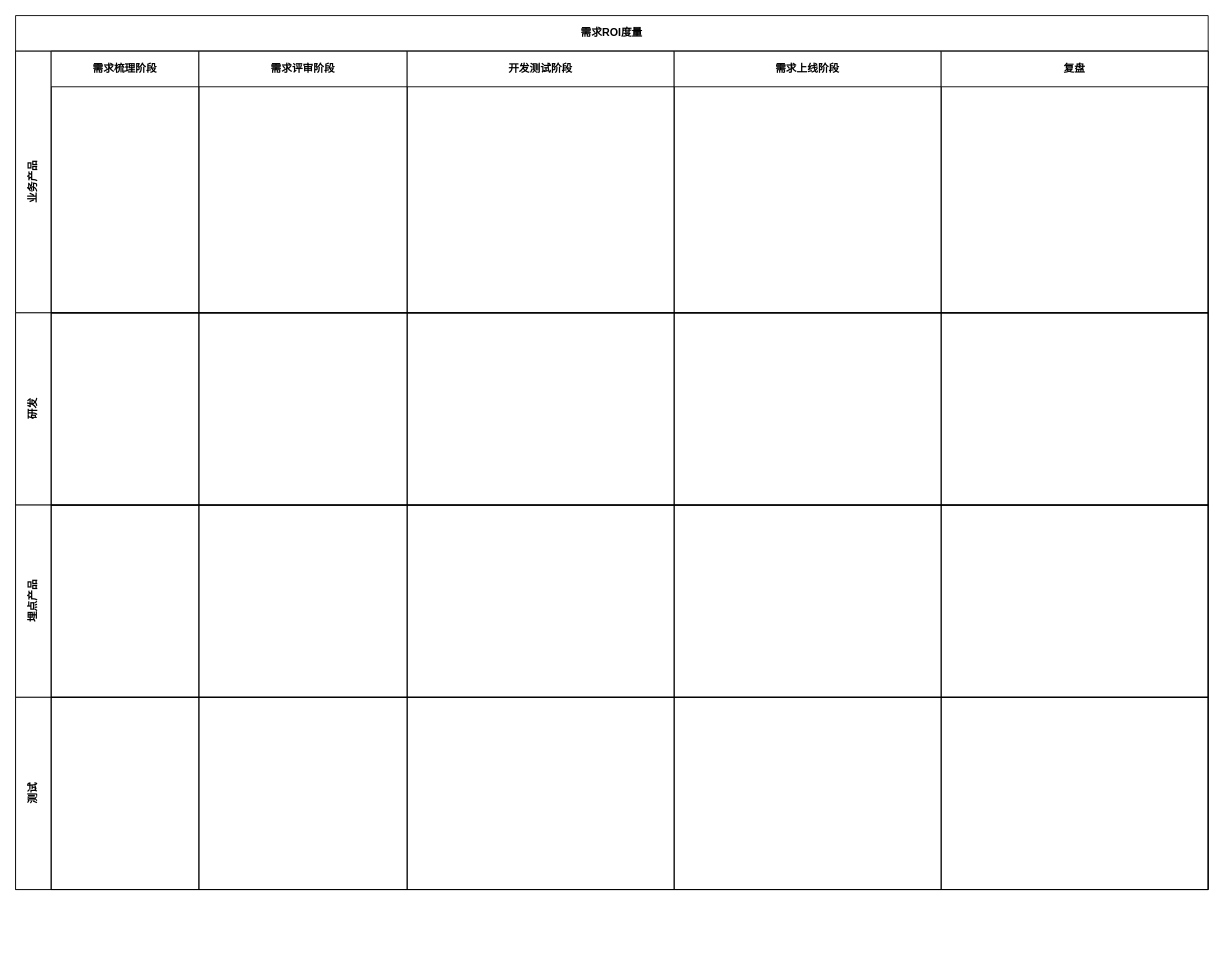
Earlier version of the draw.io diagram page "职能流程图" (2 of 3) of 需求ROI评估.drawio (lihongliang1989/diagram). Source tidied: cells renumbered, new cells numbered last; positions are measured from the earlier drawing's top-left corner, leaving out a move shared by most shapes. Both pictures are drawn from the tidied source at 89%, with x=0, y=0 at pixel (15, 15).
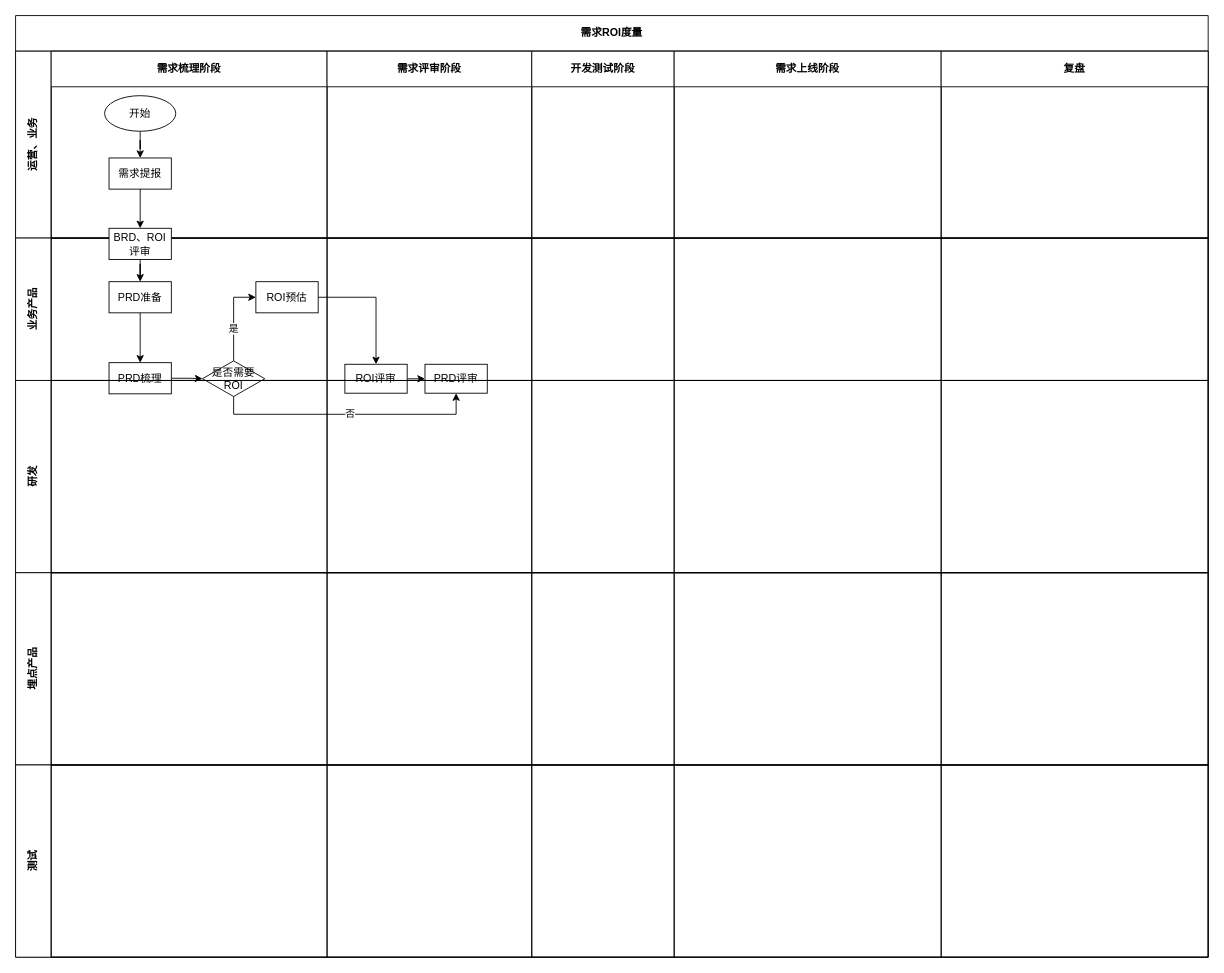
After the change.

Diff of the diagram source:
```diff
@@
     <mxCell id="2" value="需求ROI度量" style="shape=table;childLayout=tableLayout;rowLines=0;columnLines=0;startSize=40;html=1;whiteSpace=wrap;fontStyle=1;" parent="1" vertex="1">
-      <mxGeometry width="1340" height="982" as="geometry" />
+      <mxGeometry width="1340" height="1058" as="geometry" />
     </mxCell>
-    <mxCell id="3" value="业务产品" style="swimlane;horizontal=0;startSize=40;html=1;whiteSpace=wrap;" parent="2" vertex="1">
-      <mxGeometry y="40" width="1340" height="294" as="geometry" />
+    <mxCell id="3" value="运营、业务" style="swimlane;horizontal=0;startSize=40;html=1;whiteSpace=wrap;" parent="2" vertex="1">
+      <mxGeometry y="40" width="1340" height="210" as="geometry" />
     </mxCell>
     <mxCell id="4" value="需求梳理阶段" style="swimlane;startSize=40;html=1;whiteSpace=wrap;" parent="3" vertex="1">
-      <mxGeometry x="40" width="166" height="294" as="geometry" />
+      <mxGeometry x="40" width="310" height="210" as="geometry" />
     </mxCell>
+    <mxCell id="27" style="edgeStyle=orthogonalEdgeStyle;rounded=0;jettySize=auto;html=1;fontColor=#000000;" parent="4" edge="1" source="28" target="29">
+      <mxGeometry relative="1" as="geometry" />
+    </mxCell>
+    <mxCell id="28" value="开始" style="ellipse;whiteSpace=wrap;html=1;fontColor=#000000;strokeColor=#000000;gradientColor=none;" parent="4" vertex="1">
+      <mxGeometry x="60" y="50" width="80" height="40" as="geometry" />
+    </mxCell>
+    <mxCell id="29" value="需求提报" style="rounded=0;whiteSpace=wrap;html=1;fontColor=#000000;strokeColor=#000000;gradientColor=none;" parent="4" vertex="1">
+      <mxGeometry x="65" y="120" width="70" height="35" as="geometry" />
+    </mxCell>
     <mxCell id="5" value="需求评审阶段" style="swimlane;startSize=40;html=1;whiteSpace=wrap;" parent="3" vertex="1">
-      <mxGeometry x="206" width="234" height="294" as="geometry" />
+      <mxGeometry x="350" width="230" height="210" as="geometry" />
     </mxCell>
     <mxCell id="6" value="开发测试阶段" style="swimlane;startSize=40;html=1;whiteSpace=wrap;" parent="3" vertex="1">
-      <mxGeometry x="440" width="300" height="294" as="geometry" />
+      <mxGeometry x="580" width="160" height="210" as="geometry" />
     </mxCell>
     <mxCell id="7" value="需求上线阶段" style="swimlane;startSize=40;html=1;whiteSpace=wrap;" parent="3" vertex="1">
-      <mxGeometry x="740" width="300" height="294" as="geometry" />
+      <mxGeometry x="740" width="300" height="210" as="geometry" />
     </mxCell>
     <mxCell id="8" value="复盘" style="swimlane;startSize=40;html=1;whiteSpace=wrap;" parent="3" vertex="1">
-      <mxGeometry x="1040" width="300" height="294" as="geometry" />
+      <mxGeometry x="1040" width="300" height="210" as="geometry" />
     </mxCell>
+    <mxCell id="30" value="&lt;span&gt;业务产品&lt;/span&gt;" style="swimlane;horizontal=0;startSize=40;html=1;whiteSpace=wrap;" parent="2" vertex="1">
+      <mxGeometry y="250" width="1340" height="160" as="geometry" />
+    </mxCell>
+    <mxCell id="31" style="swimlane;startSize=0;html=1;whiteSpace=wrap;" parent="30" vertex="1">
+      <mxGeometry x="40" width="310" height="160" as="geometry" />
+    </mxCell>
+    <mxCell id="32" style="edgeStyle=orthogonalEdgeStyle;rounded=0;jettySize=auto;html=1;entryX=0.5;entryY=0;entryDx=0;entryDy=0;fontColor=#000000;" parent="31" edge="1" source="33" target="38">
+      <mxGeometry relative="1" as="geometry" />
+    </mxCell>
+    <mxCell id="33" value="PRD准备" style="rounded=0;whiteSpace=wrap;html=1;fontColor=#000000;strokeColor=#000000;gradientColor=none;" parent="31" vertex="1">
+      <mxGeometry x="65" y="49" width="70" height="35" as="geometry" />
+    </mxCell>
+    <mxCell id="34" style="edgeStyle=orthogonalEdgeStyle;rounded=0;jettySize=auto;html=1;entryX=0;entryY=0.5;entryDx=0;entryDy=0;fontColor=#000000;" parent="31" edge="1" source="36" target="39">
+      <mxGeometry relative="1" as="geometry" />
+    </mxCell>
+    <mxCell id="35" value="是" style="edgeLabel;html=1;align=center;verticalAlign=middle;fontColor=#000000;" parent="34" vertex="1">
+      <mxGeometry x="-0.23" y="1" relative="1" as="geometry" />
+    </mxCell>
+    <mxCell id="36" value="是否需要ROI" style="rhombus;whiteSpace=wrap;html=1;fontColor=#000000;strokeColor=#000000;gradientColor=none;" parent="31" vertex="1">
+      <mxGeometry x="170" y="138" width="70" height="40" as="geometry" />
+    </mxCell>
+    <mxCell id="37" style="edgeStyle=orthogonalEdgeStyle;rounded=0;jettySize=auto;html=1;entryX=0;entryY=0.5;entryDx=0;entryDy=0;fontColor=#000000;" parent="31" edge="1" source="38" target="36">
+      <mxGeometry relative="1" as="geometry" />
+    </mxCell>
+    <mxCell id="38" value="PRD梳理" style="rounded=0;whiteSpace=wrap;html=1;fontColor=#000000;strokeColor=#000000;gradientColor=none;" parent="31" vertex="1">
+      <mxGeometry x="65" y="140" width="70" height="35" as="geometry" />
+    </mxCell>
+    <mxCell id="39" value="ROI预估" style="rounded=0;whiteSpace=wrap;html=1;fontColor=#000000;strokeColor=#000000;gradientColor=none;" parent="31" vertex="1">
+      <mxGeometry x="230" y="49" width="70" height="35" as="geometry" />
+    </mxCell>
+    <mxCell id="40" value="BRD、ROI评审" style="rounded=0;whiteSpace=wrap;html=1;fontColor=#000000;strokeColor=#000000;gradientColor=none;" parent="31" vertex="1">
+      <mxGeometry x="65" y="-11" width="70" height="35" as="geometry" />
+    </mxCell>
+    <mxCell id="41" style="edgeStyle=orthogonalEdgeStyle;rounded=0;jettySize=auto;html=1;entryX=0.5;entryY=0;entryDx=0;entryDy=0;fontColor=#000000;" parent="31" edge="1" source="40" target="33">
+      <mxGeometry relative="1" as="geometry" />
+    </mxCell>
+    <mxCell id="42" style="swimlane;startSize=0;html=1;whiteSpace=wrap;" parent="30" vertex="1">
+      <mxGeometry x="350" width="230" height="160" as="geometry" />
+    </mxCell>
+    <mxCell id="43" style="edgeStyle=orthogonalEdgeStyle;rounded=0;jettySize=auto;html=1;entryX=0;entryY=0.5;entryDx=0;entryDy=0;fontColor=#000000;" parent="42" edge="1" source="44" target="45">
+      <mxGeometry relative="1" as="geometry" />
+    </mxCell>
+    <mxCell id="44" value="ROI评审" style="rounded=0;whiteSpace=wrap;html=1;fontColor=#000000;strokeColor=#000000;gradientColor=none;" parent="42" vertex="1">
+      <mxGeometry x="20" y="141.8" width="70" height="32.5" as="geometry" />
+    </mxCell>
+    <mxCell id="45" value="PRD评审" style="rounded=0;whiteSpace=wrap;html=1;fontColor=#000000;strokeColor=#000000;gradientColor=none;" parent="42" vertex="1">
+      <mxGeometry x="110" y="141.8" width="70" height="32.5" as="geometry" />
+    </mxCell>
+    <mxCell id="46" style="swimlane;startSize=0;html=1;whiteSpace=wrap;" parent="30" vertex="1">
+      <mxGeometry x="580" width="160" height="160" as="geometry" />
+    </mxCell>
+    <mxCell id="47" style="swimlane;startSize=0;html=1;whiteSpace=wrap;" parent="30" vertex="1">
+      <mxGeometry x="740" width="300" height="160" as="geometry" />
+    </mxCell>
+    <mxCell id="48" style="swimlane;startSize=0;html=1;whiteSpace=wrap;" parent="30" vertex="1">
+      <mxGeometry x="1040" width="300" height="160" as="geometry" />
+    </mxCell>
+    <mxCell id="49" style="edgeStyle=orthogonalEdgeStyle;rounded=0;jettySize=auto;html=1;entryX=0.5;entryY=0;entryDx=0;entryDy=0;fontColor=#000000;" parent="30" edge="1" source="39" target="44">
+      <mxGeometry relative="1" as="geometry" />
+    </mxCell>
+    <mxCell id="50" style="edgeStyle=orthogonalEdgeStyle;rounded=0;jettySize=auto;html=1;entryX=0.5;entryY=1;entryDx=0;entryDy=0;fontColor=#000000;" parent="30" edge="1" source="36" target="45">
+      <mxGeometry relative="1" as="geometry">
+        <Array as="points">
+          <mxPoint x="245" y="198" />
+          <mxPoint x="495" y="198" />
+        </Array>
+      </mxGeometry>
+    </mxCell>
+    <mxCell id="51" value="否" style="edgeLabel;html=1;align=center;verticalAlign=middle;fontColor=#000000;" parent="50" vertex="1">
+      <mxGeometry x="0.02" y="1" relative="1" as="geometry" />
+    </mxCell>
     <mxCell id="9" value="研发" style="swimlane;horizontal=0;startSize=40;html=1;whiteSpace=wrap;" parent="2" vertex="1">
-      <mxGeometry y="334" width="1340" height="216" as="geometry" />
+      <mxGeometry y="410" width="1340" height="216" as="geometry" />
     </mxCell>
     <mxCell id="10" style="swimlane;startSize=0;html=1;whiteSpace=wrap;" parent="9" vertex="1">
-      <mxGeometry x="40" width="166" height="216" as="geometry" />
+      <mxGeometry x="40" width="310" height="216" as="geometry" />
     </mxCell>
-    <mxCell id="11" style="swimlane;startSize=0;html=1;whiteSpace=wrap;" parent="9" vertex="1">
-      <mxGeometry x="206" width="234" height="216" as="geometry" />
+    <mxCell id="11" style="swimlane;startSize=0;html=1;whiteSpace=wrap;swimlaneLine=1;" parent="9" vertex="1">
+      <mxGeometry x="350" width="230" height="216" as="geometry" />
     </mxCell>
     <mxCell id="12" style="swimlane;startSize=0;html=1;whiteSpace=wrap;" parent="9" vertex="1">
-      <mxGeometry x="440" width="300" height="216" as="geometry" />
+      <mxGeometry x="580" width="160" height="216" as="geometry" />
     </mxCell>
@@
     <mxCell id="15" value="埋点产品" style="swimlane;horizontal=0;startSize=40;html=1;whiteSpace=wrap;" parent="2" vertex="1">
-      <mxGeometry y="550" width="1340" height="216" as="geometry" />
+      <mxGeometry y="626" width="1340" height="216" as="geometry" />
     </mxCell>
     <mxCell id="16" style="swimlane;startSize=0;html=1;whiteSpace=wrap;" parent="15" vertex="1">
-      <mxGeometry x="40" width="166" height="216" as="geometry" />
+      <mxGeometry x="40" width="310" height="216" as="geometry" />
     </mxCell>
     <mxCell id="17" style="swimlane;startSize=0;html=1;whiteSpace=wrap;" parent="15" vertex="1">
-      <mxGeometry x="206" width="234" height="216" as="geometry" />
+      <mxGeometry x="350" width="230" height="216" as="geometry" />
     </mxCell>
     <mxCell id="18" style="swimlane;startSize=0;html=1;whiteSpace=wrap;" parent="15" vertex="1">
-      <mxGeometry x="440" width="300" height="216" as="geometry" />
+      <mxGeometry x="580" width="160" height="216" as="geometry" />
     </mxCell>
@@
     <mxCell id="21" value="测试" style="swimlane;horizontal=0;startSize=40;html=1;whiteSpace=wrap;" parent="2" vertex="1">
-      <mxGeometry y="766" width="1340" height="216" as="geometry" />
+      <mxGeometry y="842" width="1340" height="216" as="geometry" />
     </mxCell>
     <mxCell id="22" style="swimlane;startSize=0;html=1;whiteSpace=wrap;" parent="21" vertex="1">
-      <mxGeometry x="40" width="166" height="216" as="geometry" />
+      <mxGeometry x="40" width="310" height="216" as="geometry" />
     </mxCell>
     <mxCell id="23" style="swimlane;startSize=0;html=1;whiteSpace=wrap;" parent="21" vertex="1">
-      <mxGeometry x="206" width="234" height="216" as="geometry" />
+      <mxGeometry x="350" width="230" height="216" as="geometry" />
     </mxCell>
     <mxCell id="24" style="swimlane;startSize=0;html=1;whiteSpace=wrap;" parent="21" vertex="1">
-      <mxGeometry x="440" width="300" height="216" as="geometry" />
+      <mxGeometry x="580" width="160" height="216" as="geometry" />
     </mxCell>
@@
+    <mxCell id="52" style="edgeStyle=orthogonalEdgeStyle;rounded=0;jettySize=auto;html=1;fontColor=#000000;" parent="2" edge="1" source="29" target="40">
+      <mxGeometry relative="1" as="geometry" />
+    </mxCell>
```
